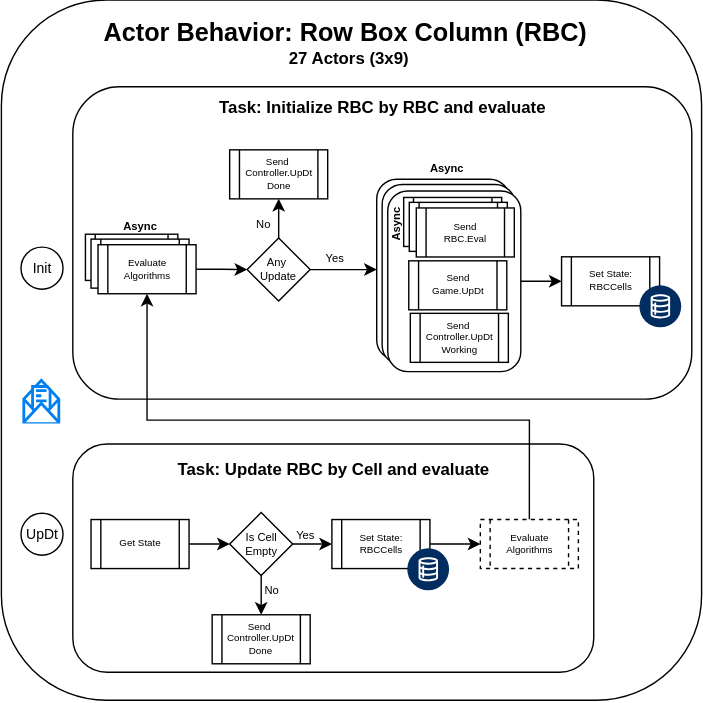
Before: docs/diagrams/RBCActor.svg, a diagram exported from draw.io (sunlao/py_sudoku_solver). Source tidied: cells renumbered, new cells last; positions are measured from the earlier drawing's top-left corner, leaving out a move shared by most shapes.
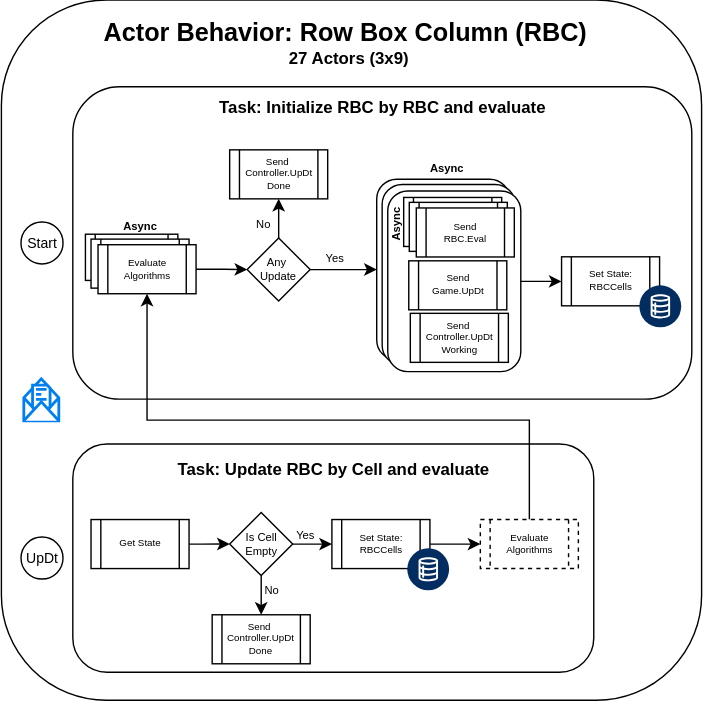
After the change.

The edit, as a diff of the source:
```diff
@@ -23,11 +23,11 @@
     <mxCell id="8" style="rounded=1;whiteSpace=wrap;html=1;" parent="1" vertex="1">
       <mxGeometry x="275.9" y="136.4" width="95" height="129" as="geometry" />
     </mxCell>
-    <mxCell id="9" value="Init" style="ellipse;whiteSpace=wrap;html=1;fontSize=10;" parent="1" vertex="1">
-      <mxGeometry x="14" y="176.5" width="30" height="30" as="geometry" />
+    <mxCell id="9" value="Start" style="ellipse;whiteSpace=wrap;html=1;fontSize=10;" parent="1" vertex="1">
+      <mxGeometry x="14" y="158.5" width="30" height="30" as="geometry" />
     </mxCell>
     <mxCell id="10" style="html=1;verticalLabelPosition=bottom;align=center;labelBackgroundColor=#ffffff;verticalAlign=top;strokeWidth=2;strokeColor=#0080F0;shadow=0;dashed=0;shape=mxgraph.ios7.icons.envelope_(message);" parent="1" vertex="1">
-      <mxGeometry x="16.5" y="272" width="25" height="30" as="geometry" />
+      <mxGeometry x="16.5" y="271" width="25" height="30" as="geometry" />
     </mxCell>
     <mxCell id="11" value="Async" style="text;html=1;whiteSpace=wrap;strokeColor=none;fillColor=none;align=center;verticalAlign=middle;rounded=0;fontSize=8;fontStyle=1;" parent="1" vertex="1">
       <mxGeometry x="308.6" y="114.5" width="20" height="12.5" as="geometry" />
@@ -96,7 +96,7 @@
       <mxGeometry x="292" y="223.8" width="70" height="35" as="geometry" />
     </mxCell>
     <mxCell id="33" value="UpDt" style="ellipse;whiteSpace=wrap;html=1;fontSize=10;" parent="1" vertex="1">
-      <mxGeometry x="14" y="366.5" width="30" height="30" as="geometry" />
+      <mxGeometry x="14" y="383.5" width="30" height="30" as="geometry" />
     </mxCell>
     <mxCell id="34" style="edgeStyle=orthogonalEdgeStyle;rounded=0;jettySize=auto;html=1;" parent="1" edge="1" source="36" target="41">
       <mxGeometry relative="1" as="geometry" />
```
